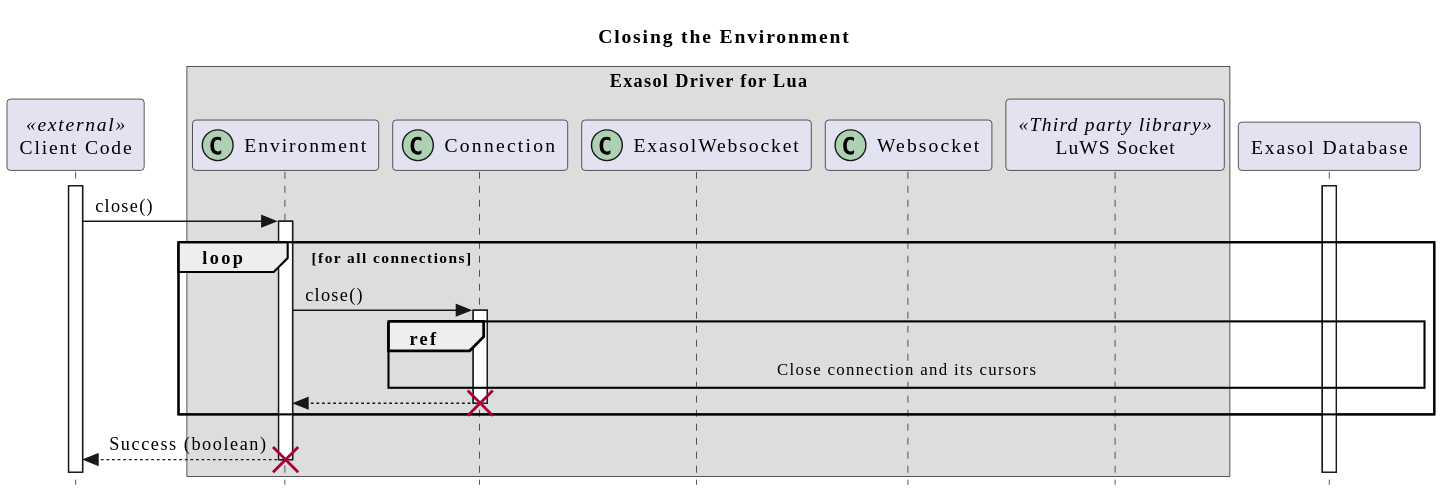
exasol/exasol-driver-lua keeps this PlantUML diagram as doc/images/generated/seq_environment_close.svg. Above is the earlier version.
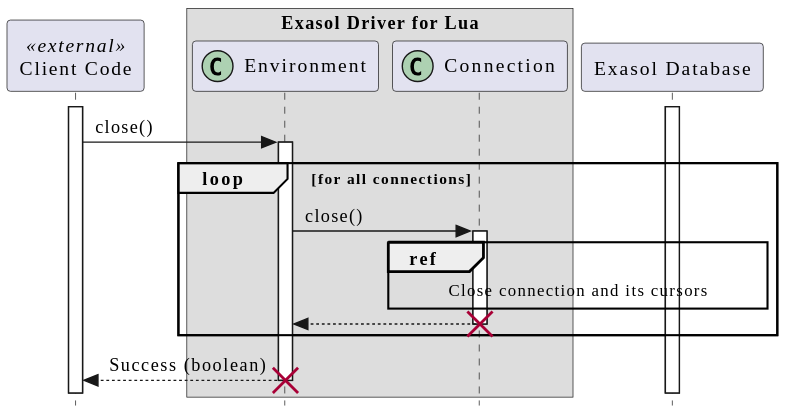
The same file after the commit.

What changed in the source:
```diff
@@ -1,15 +1,10 @@
 @startuml seq_environment_close
 !include ../clean.skin
-
-title: Closing the Environment
 
 participant "Client Code" as client <<external>>
 box "Exasol Driver for Lua"
     participant Environment as env << (C,#ADD1B2) >>
     participant Connection as conn << (C,#ADD1B2) >>
-    participant ExasolWebsocket as exaws << (C,#ADD1B2) >>
-    participant Websocket as ws << (C,#ADD1B2) >>
-    participant "LuWS Socket" as luws <<Third party library>>
 end box
 participant "Exasol Database" as db
 
```
